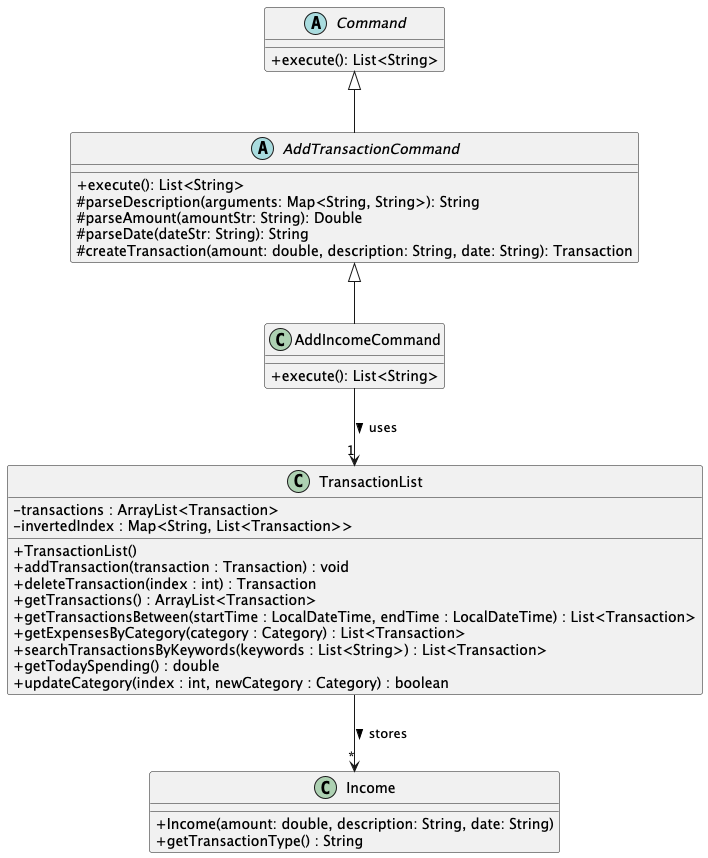
The PlantUML diagram docs/diagrams/addincomecommand/addincomecommand-class-diagram.png in nus-cs2113-AY2425S1/tp, before a commit. Source of this version:
```plantuml
@startuml
skinparam classAttributeIconSize 0
abstract class Command {
    + execute(): List<String>
}

abstract class AddTransactionCommand {

    + execute(): List<String>
    # parseDescription(arguments: Map<String, String>): String
    # parseAmount(amountStr: String): Double
    # parseDate(dateStr: String): String
    # createTransaction(amount: double, description: String, date: String): Transaction
}

class AddIncomeCommand {
    + execute(): List<String>
}

class TransactionList {
    - transactions : ArrayList<Transaction>
    - invertedIndex : Map<String, List<Transaction>>

    + TransactionList()
    + addTransaction(transaction : Transaction) : void
    + deleteTransaction(index : int) : Transaction
    + getTransactions() : ArrayList<Transaction>
    + getTransactionsBetween(startTime : LocalDateTime, endTime : LocalDateTime) : List<Transaction>
    + getExpensesByCategory(category : Category) : List<Transaction>
    + searchTransactionsByKeywords(keywords : List<String>) : List<Transaction>
    + getTodaySpending() : double
    + updateCategory(index : int, newCategory : Category) : boolean
}

class Income {
    + Income(amount: double, description: String, date: String)
    + getTransactionType() : String
}

AddTransactionCommand <|-- AddIncomeCommand
Command <|-- AddTransactionCommand
AddIncomeCommand --> "1" TransactionList : uses >
TransactionList --> "*" Income : stores >
@enduml
```
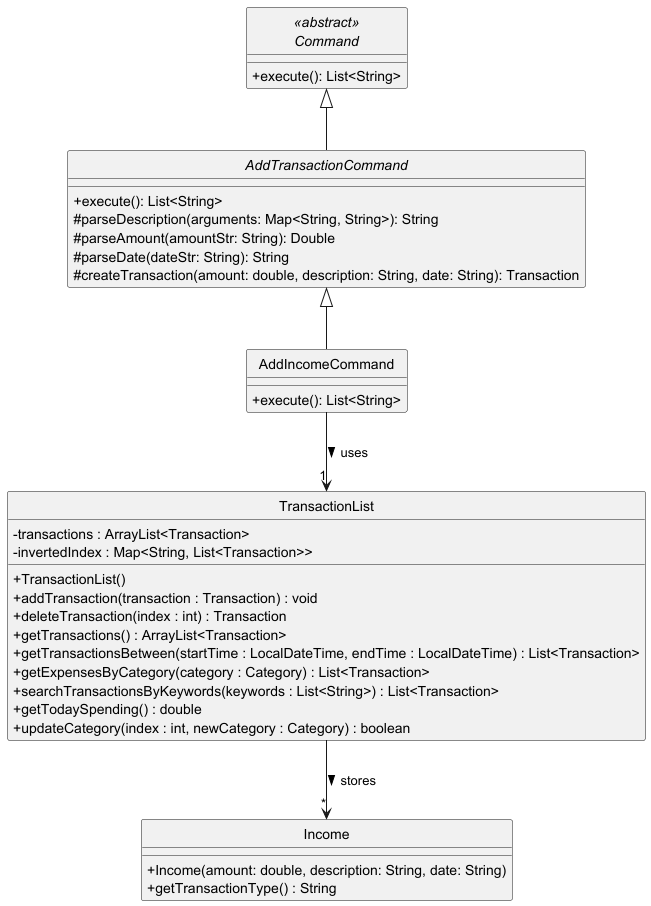
After the commit.

Diff of the diagram source:
```diff
@@ -1,6 +1,7 @@
 @startuml
 skinparam classAttributeIconSize 0
-abstract class Command {
+hide circle
+abstract class "<<abstract>>\nCommand" {
     + execute(): List<String>
 }
 
@@ -38,7 +39,7 @@
 }
 
 AddTransactionCommand <|-- AddIncomeCommand
-Command <|-- AddTransactionCommand
+"<<abstract>>\nCommand" <|-- AddTransactionCommand
 AddIncomeCommand --> "1" TransactionList : uses >
 TransactionList --> "*" Income : stores >
 @enduml
```
